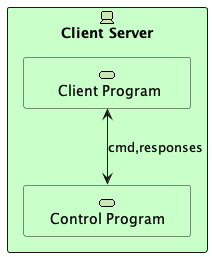
Enrikerf/pfm keeps this PlantUML diagram as thesis/part/Proyecto_ejecutivo/memoria_descriptiva/descripcionDelProyecto/client/uml/clientServerConcept.png. Above is the earlier version. Its diagram source:
```plantuml
@startuml



rectangle "Client Server"  as SERVER <<$archimate/technology-device>> #Technology {
   archimate #Technology "      Client Program     " as clientServer <<technology-service>>
   archimate #Technology "    Control Program    " as controlProgram <<technology-service>>
}

clientServer <--> controlProgram : "cmd,responses"
@enduml
```
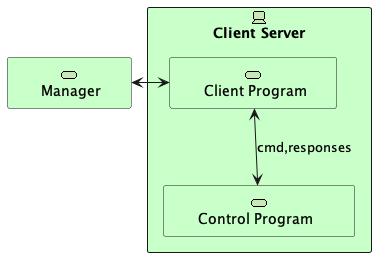
The same diagram one commit later.

Diff of the diagram source:
```diff
@@ -1,11 +1,12 @@
 @startuml
 
 
+archimate #Technology "      Manager     " as manager <<technology-service>>
 
 rectangle "Client Server"  as SERVER <<$archimate/technology-device>> #Technology {
    archimate #Technology "      Client Program     " as clientServer <<technology-service>>
-   archimate #Technology "    Control Program    " as controlProgram <<technology-service>>
+   archimate #Technology "      Control Program        " as controlProgram <<technology-service>>
 }
-
+manager <-> clientServer
 clientServer <--> controlProgram : "cmd,responses"
 @enduml
```
